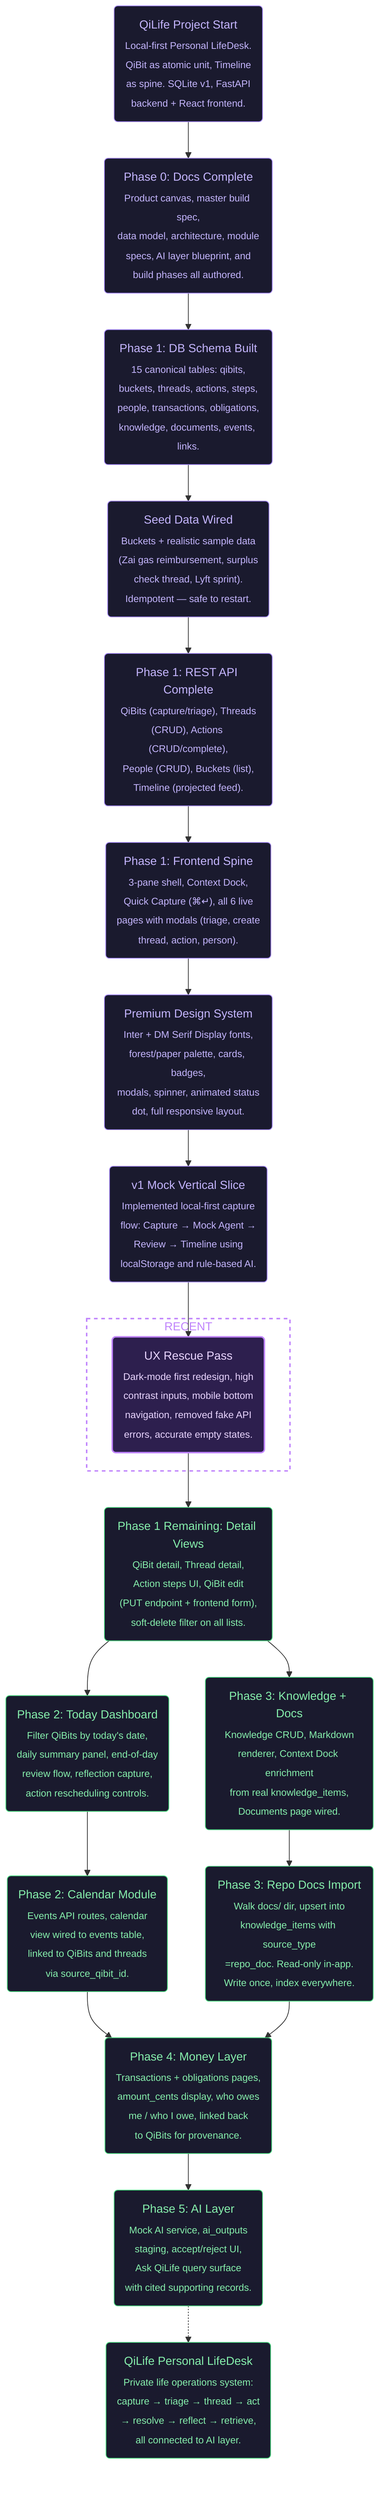
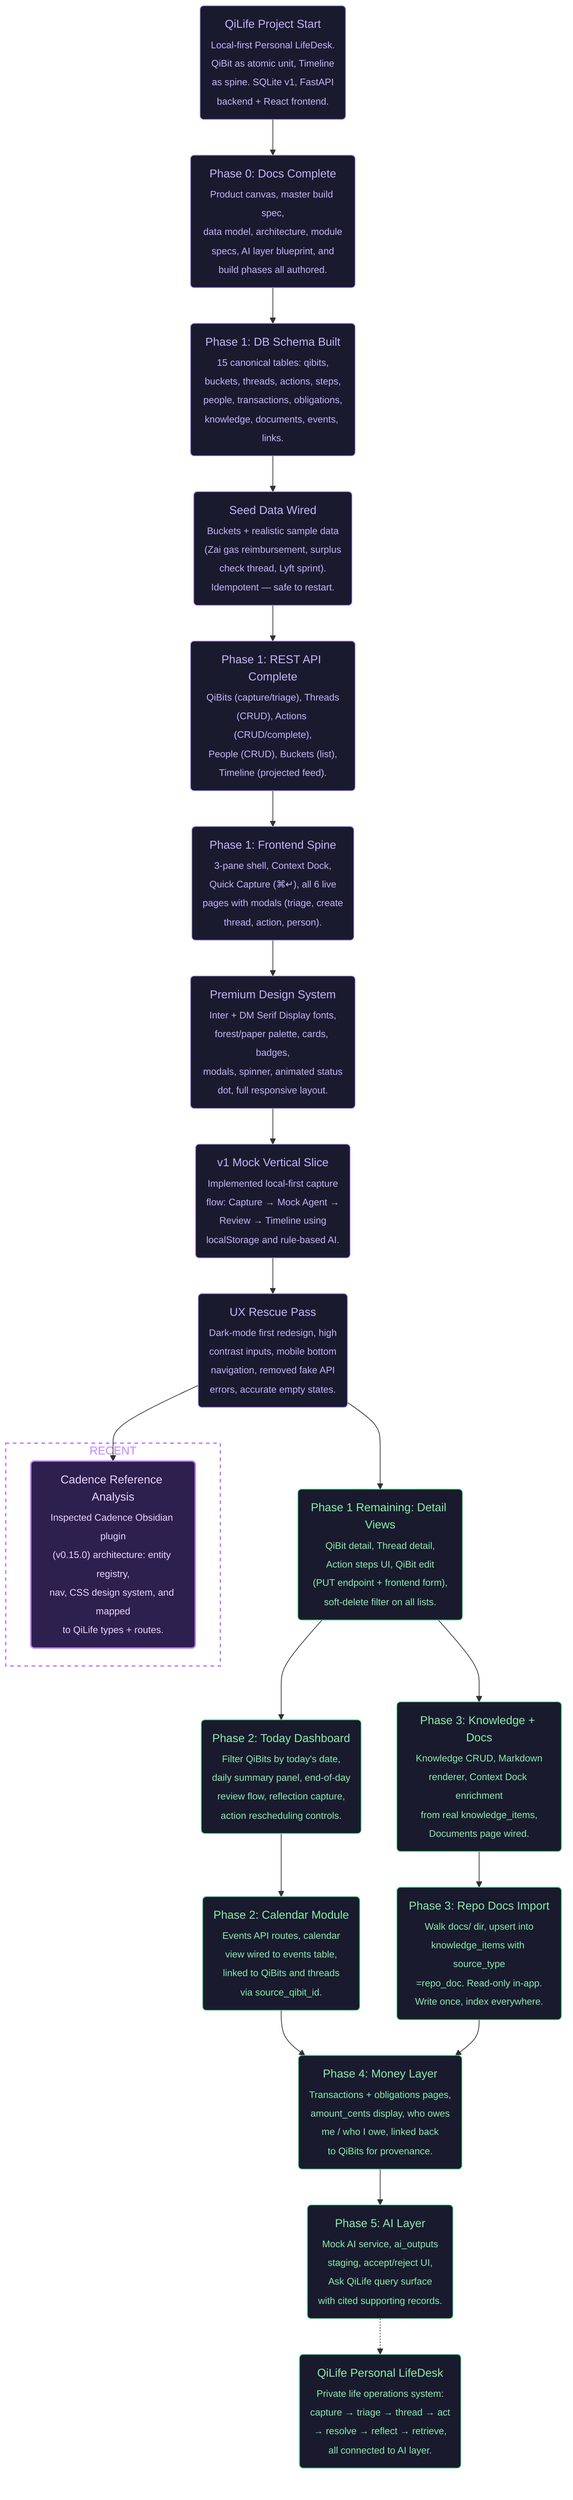
flowchart TD
    %% === PROJECT GOALS ===
    %% Ultimate Goal: QiLife — Cody's private Personal LifeDesk
-     %% Current Goal: Phase 1 Spine complete, move to Phase 2 Daily Command Layer
+     %% Current Goal: Phase 1 Spine complete, Cadence analysis done, move to Phase 2 Daily Command Layer

    %% === START ===
    %% @project_start [start, closed, 2026-05-29, cody]
    project_start("QiLife Project Start<br/><sub>Local-first Personal LifeDesk.<br/>QiBit as atomic unit, Timeline<br/>as spine. SQLite v1, FastAPI<br/>backend + React frontend.</sub>")

    %% @ultimate_goal [end, opened, 2026-05-29, cody]
    ultimate_goal("QiLife Personal LifeDesk<br/><sub>Private life operations system:<br/>capture → triage → thread → act<br/>→ resolve → reflect → retrieve,<br/>all connected to AI layer.</sub>")

    %% === PHASE 0 — DOCS ===
    %% @phase0_docs [ai-task, closed, 2026-05-29, cody]
    phase0_docs("Phase 0: Docs Complete<br/><sub>Product canvas, master build spec,<br/>data model, architecture, module<br/>specs, AI layer blueprint, and<br/>build phases all authored.</sub>")

    %% === PHASE 1 — SPINE ===
    %% @phase1_schema [ai-task, closed, 2026-05-29, codex]
    phase1_schema("Phase 1: DB Schema Built<br/><sub>15 canonical tables: qibits,<br/>buckets, threads, actions, steps,<br/>people, transactions, obligations,<br/>knowledge, documents, events, links.</sub>")

    %% @phase1_seed [ai-task, closed, 2026-05-29, codex]
    phase1_seed("Seed Data Wired<br/><sub>Buckets + realistic sample data<br/>(Zai gas reimbursement, surplus<br/>check thread, Lyft sprint).<br/>Idempotent — safe to restart.</sub>")

    %% @phase1_api [ai-task, closed, 2026-05-29, codex]
    phase1_api("Phase 1: REST API Complete<br/><sub>QiBits (capture/triage), Threads<br/>(CRUD), Actions (CRUD/complete),<br/>People (CRUD), Buckets (list),<br/>Timeline (projected feed).</sub>")

    %% @phase1_frontend [ai-task, closed, 2026-05-29, antigravity]
    phase1_frontend("Phase 1: Frontend Spine<br/><sub>3-pane shell, Context Dock,<br/>Quick Capture (⌘↵), all 6 live<br/>pages with modals (triage, create<br/>thread, action, person).</sub>")

    %% @phase1_design [ai-task, closed, 2026-05-29, antigravity]
    phase1_design("Premium Design System<br/><sub>Inter + DM Serif Display fonts,<br/>forest/paper palette, cards, badges,<br/>modals, spinner, animated status<br/>dot, full responsive layout.</sub>")

    %% === PHASE 2 — DAILY COMMAND ===
    %% @phase2_today [ai-task, opened, 2026-05-29, antigravity]
    phase2_today("Phase 2: Today Dashboard<br/><sub>Filter QiBits by today's date,<br/>daily summary panel, end-of-day<br/>review flow, reflection capture,<br/>action rescheduling controls.</sub>")

    %% @phase2_calendar [ai-task, opened, 2026-05-29, cody]
    phase2_calendar("Phase 2: Calendar Module<br/><sub>Events API routes, calendar<br/>view wired to events table,<br/>linked to QiBits and threads<br/>via source_qibit_id.</sub>")

    %% === PHASE 3 — CONTEXT LAYER ===
    %% @phase3_knowledge [ai-task, opened, 2026-05-29, cody]
    phase3_knowledge("Phase 3: Knowledge + Docs<br/><sub>Knowledge CRUD, Markdown<br/>renderer, Context Dock enrichment<br/>from real knowledge_items,<br/>Documents page wired.</sub>")

    %% @phase3_repo_import [ai-task, opened, 2026-05-29, cody]
    phase3_repo_import("Phase 3: Repo Docs Import<br/><sub>Walk docs/ dir, upsert into<br/>knowledge_items with source_type<br/>=repo_doc. Read-only in-app.<br/>Write once, index everywhere.</sub>")

    %% === PHASE 4 — MONEY ===
    %% @phase4_money [ai-task, opened, 2026-05-29, cody]
    phase4_money("Phase 4: Money Layer<br/><sub>Transactions + obligations pages,<br/>amount_cents display, who owes<br/>me / who I owe, linked back<br/>to QiBits for provenance.</sub>")

    %% === PHASE 5 — AI LAYER ===
    %% @phase5_ai [ai-task, opened, 2026-05-29, cody]
    phase5_ai("Phase 5: AI Layer<br/><sub>Mock AI service, ai_outputs<br/>staging, accept/reject UI,<br/>Ask QiLife query surface<br/>with cited supporting records.</sub>")

    %% === PHASE 1 REMAINING ===
    %% @phase1_detail_views [ai-task, opened, 2026-05-29, antigravity]
    phase1_detail_views("Phase 1 Remaining: Detail Views<br/><sub>QiBit detail, Thread detail,<br/>Action steps UI, QiBit edit<br/>(PUT endpoint + frontend form),<br/>soft-delete filter on all lists.</sub>")

    %% @phase1_mock_slice [ai-task, closed, 2026-05-30, antigravity]
    phase1_mock_slice("v1 Mock Vertical Slice<br/><sub>Implemented local-first capture<br/>flow: Capture → Mock Agent →<br/>Review → Timeline using<br/>localStorage and rule-based AI.</sub>")

    %% @phase1_ux_rescue [ai-task, closed, 2026-05-30, antigravity]
    phase1_ux_rescue("UX Rescue Pass<br/><sub>Dark-mode first redesign, high<br/>contrast inputs, mobile bottom<br/>navigation, removed fake API<br/>errors, accurate empty states.</sub>")

+     %% === CADENCE REFERENCE ANALYSIS (parallel branch) ===
+     %% @cadence_analysis [ai-task, closed, 2026-06-16, antigravity]
+     cadence_analysis("Cadence Reference Analysis<br/><sub>Inspected Cadence Obsidian plugin<br/>(v0.15.0) architecture: entity registry,<br/>nav, CSS design system, and mapped<br/>to QiLife types + routes.</sub>")
+ 
    %% === CONNECTIONS ===
    project_start --> phase0_docs
    phase0_docs --> phase1_schema
    phase1_schema --> phase1_seed
    phase1_seed --> phase1_api
    phase1_api --> phase1_frontend
    phase1_frontend --> phase1_design
    phase1_design --> phase1_mock_slice
    phase1_mock_slice --> phase1_ux_rescue
    phase1_ux_rescue --> phase1_detail_views
+     phase1_ux_rescue --> cadence_analysis

    phase1_detail_views --> phase2_today
    phase2_today --> phase2_calendar

    phase1_detail_views --> phase3_knowledge
    phase3_knowledge --> phase3_repo_import

    phase2_calendar --> phase4_money
    phase3_repo_import --> phase4_money

    phase4_money --> phase5_ai
    phase5_ai -.-> ultimate_goal

    %% === RECENT ===
    subgraph recent [RECENT]
-         phase1_ux_rescue
+         cadence_analysis
    end

    %% === STYLES ===
    %% Closed (soft purple)
    style project_start fill:#1a1a2e,stroke:#a78bfa,color:#c4b5fd,stroke-width:1px
    style phase0_docs fill:#1a1a2e,stroke:#a78bfa,color:#c4b5fd,stroke-width:1px
    style phase1_schema fill:#1a1a2e,stroke:#a78bfa,color:#c4b5fd,stroke-width:1px
    style phase1_seed fill:#1a1a2e,stroke:#a78bfa,color:#c4b5fd,stroke-width:1px
    style phase1_api fill:#1a1a2e,stroke:#a78bfa,color:#c4b5fd,stroke-width:1px
    style phase1_frontend fill:#1a1a2e,stroke:#a78bfa,color:#c4b5fd,stroke-width:1px
    style phase1_design fill:#1a1a2e,stroke:#a78bfa,color:#c4b5fd,stroke-width:1px
    style phase1_mock_slice fill:#1a1a2e,stroke:#a78bfa,color:#c4b5fd,stroke-width:1px
-     style phase1_ux_rescue fill:#2d1f4e,stroke:#c084fc,color:#e9d5ff,stroke-width:2px
+     style phase1_ux_rescue fill:#1a1a2e,stroke:#a78bfa,color:#c4b5fd,stroke-width:1px
+     style cadence_analysis fill:#2d1f4e,stroke:#c084fc,color:#e9d5ff,stroke-width:2px
    style recent fill:transparent,stroke:#c084fc,color:#c084fc,stroke-width:2px,stroke-dasharray:5 5

    %% Open (soft green)
    style ultimate_goal fill:#1a1a2e,stroke:#4ade80,color:#86efac,stroke-width:1px
    style phase1_detail_views fill:#1a1a2e,stroke:#4ade80,color:#86efac,stroke-width:1px
    style phase2_today fill:#1a1a2e,stroke:#4ade80,color:#86efac,stroke-width:1px
    style phase2_calendar fill:#1a1a2e,stroke:#4ade80,color:#86efac,stroke-width:1px
    style phase3_knowledge fill:#1a1a2e,stroke:#4ade80,color:#86efac,stroke-width:1px
    style phase3_repo_import fill:#1a1a2e,stroke:#4ade80,color:#86efac,stroke-width:1px
    style phase4_money fill:#1a1a2e,stroke:#4ade80,color:#86efac,stroke-width:1px
    style phase5_ai fill:#1a1a2e,stroke:#4ade80,color:#86efac,stroke-width:1px
